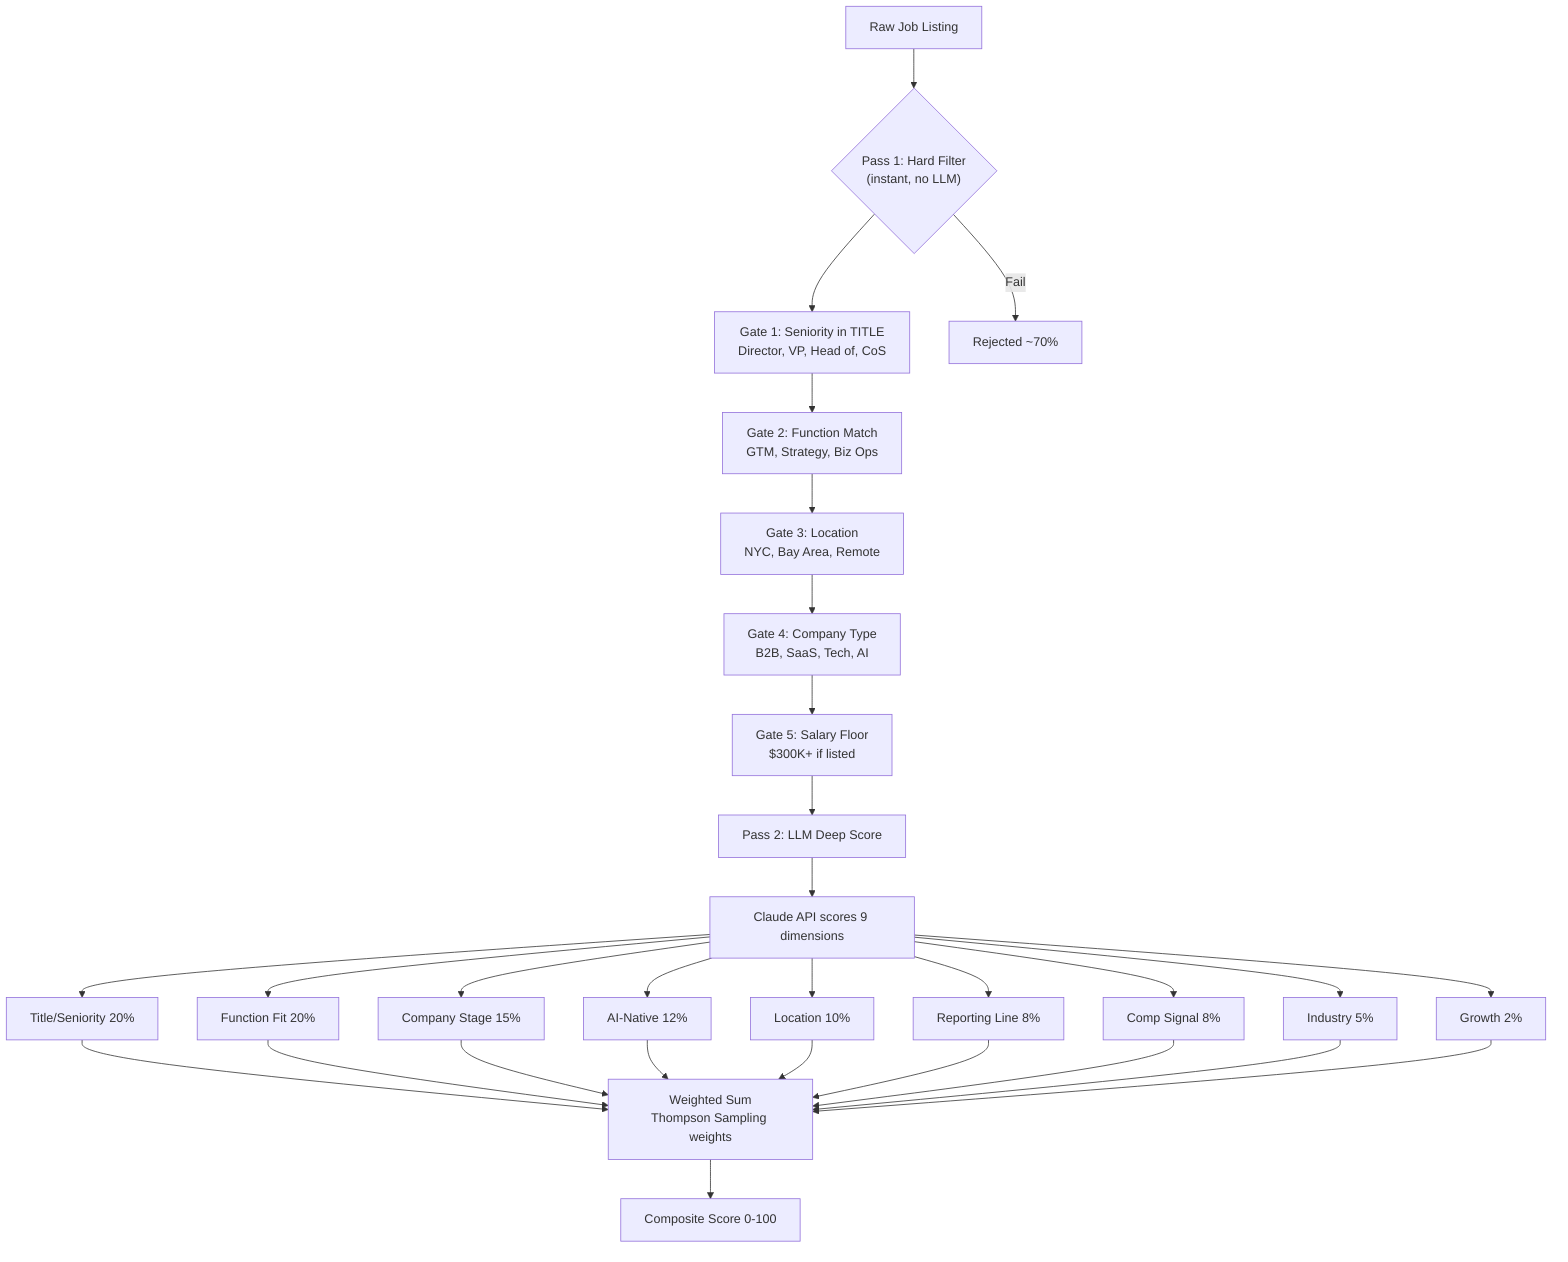
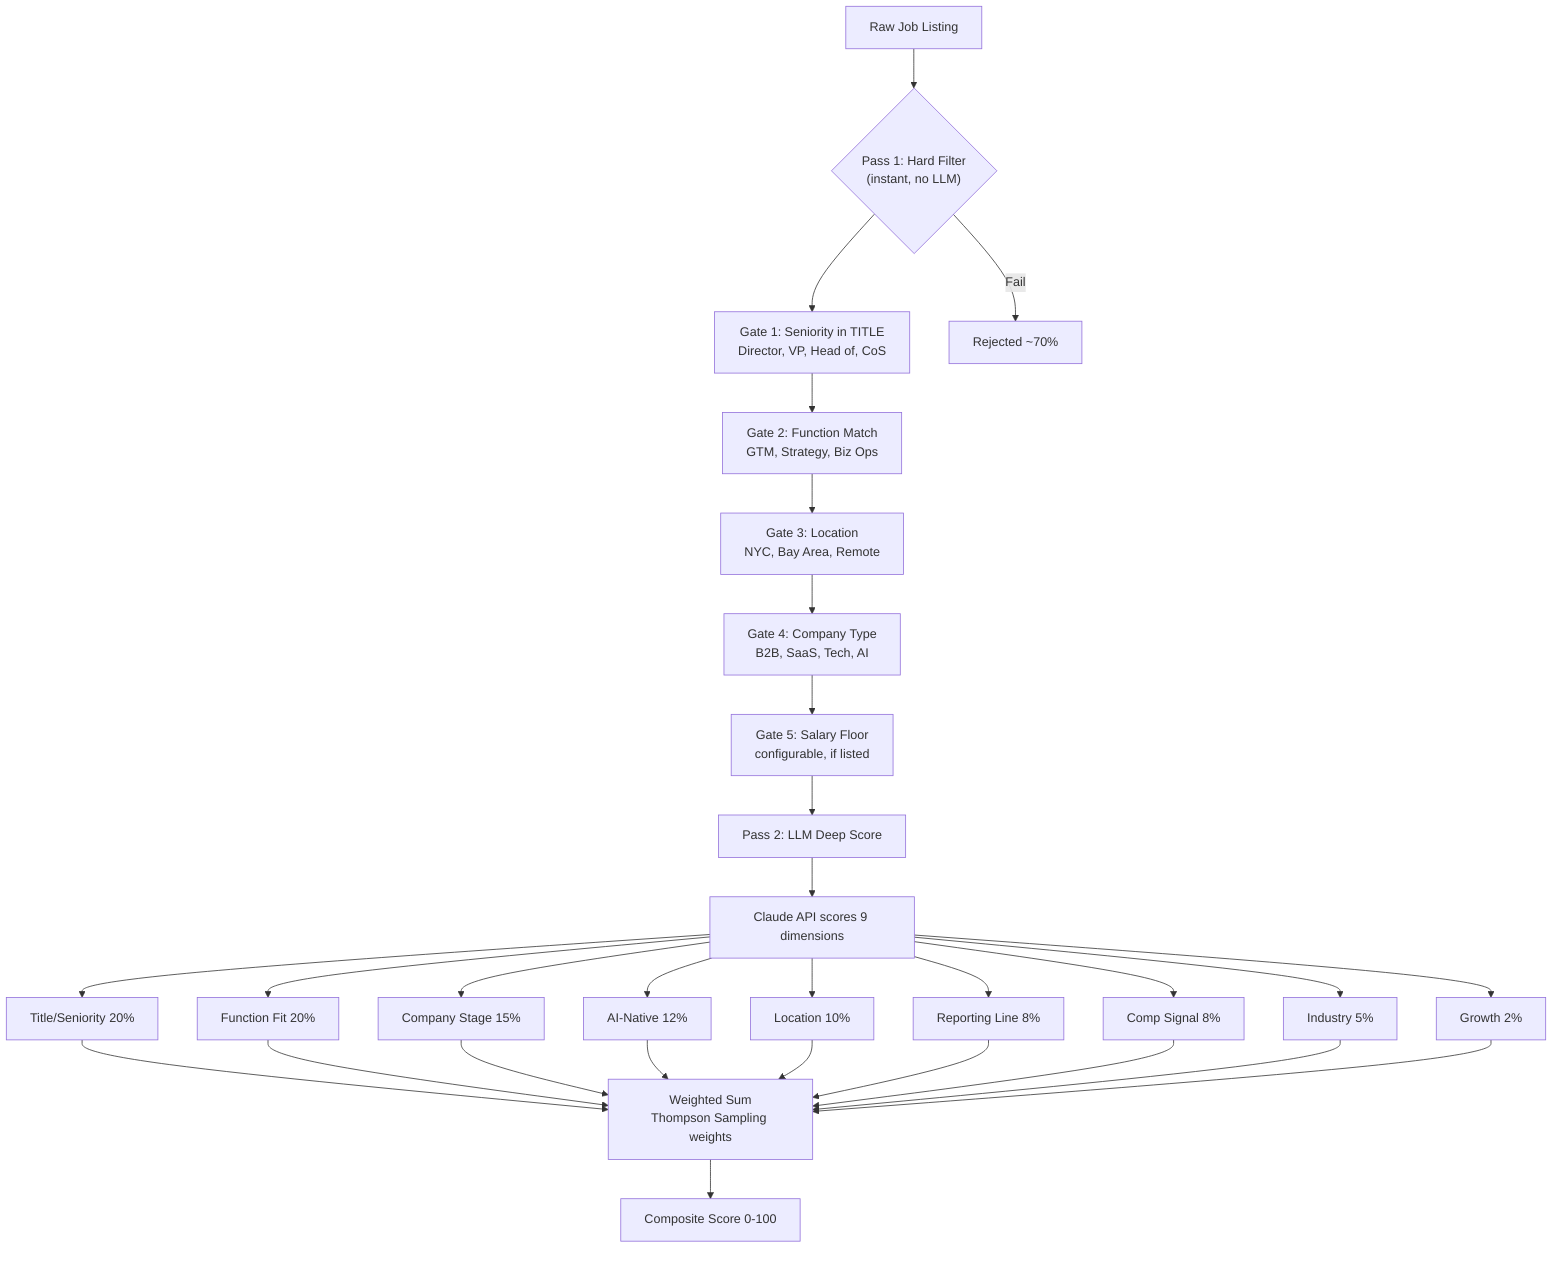
flowchart TD
    J["Raw Job Listing"] --> P1{"Pass 1: Hard Filter<br/>(instant, no LLM)"}
    P1 --> G1["Gate 1: Seniority in TITLE<br/>Director, VP, Head of, CoS"]
    G1 --> G2["Gate 2: Function Match<br/>GTM, Strategy, Biz Ops"]
    G2 --> G3["Gate 3: Location<br/>NYC, Bay Area, Remote"]
    G3 --> G4["Gate 4: Company Type<br/>B2B, SaaS, Tech, AI"]
-     G4 --> G5["Gate 5: Salary Floor<br/>$300K+ if listed"]
+     G4 --> G5["Gate 5: Salary Floor<br/>configurable, if listed"]
    G5 --> P2["Pass 2: LLM Deep Score"]

    P1 -->|"Fail"| R["Rejected ~70%"]

    P2 --> SC["Claude API scores 9 dimensions"]
    SC --> D1["Title/Seniority 20%"]
    SC --> D2["Function Fit 20%"]
    SC --> D3["Company Stage 15%"]
    SC --> D4["AI-Native 12%"]
    SC --> D5["Location 10%"]
    SC --> D6["Reporting Line 8%"]
    SC --> D7["Comp Signal 8%"]
    SC --> D8["Industry 5%"]
    SC --> D9["Growth 2%"]

    D1 & D2 & D3 & D4 & D5 & D6 & D7 & D8 & D9 --> W["Weighted Sum<br/>Thompson Sampling weights"]
    W --> CS["Composite Score 0-100"]
